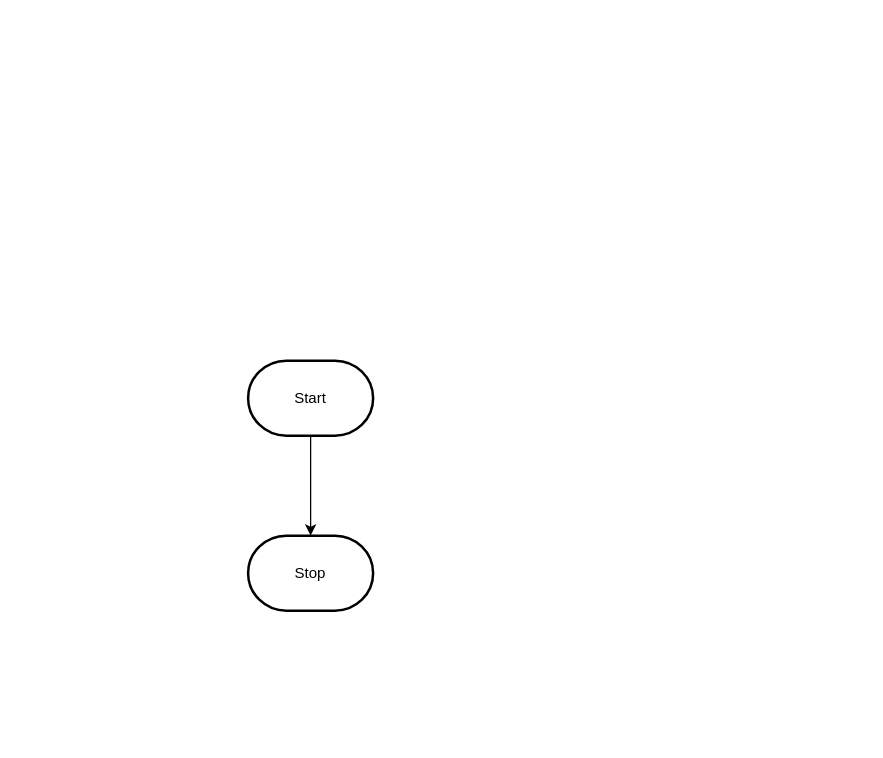
MTHS-ICS2O-2-2022/ICS2O-Unit-3-02-rachel-oromo keeps this draw.io diagram as design/flowchart.drawio. Above is the earlier version. Source tidied: cells renumbered, new cells numbered last; positions are measured from the earlier drawing's top-left corner, leaving out a move shared by most shapes. Both pictures are drawn from the tidied source at 125%, with x=0, y=0 at pixel (248, 360).
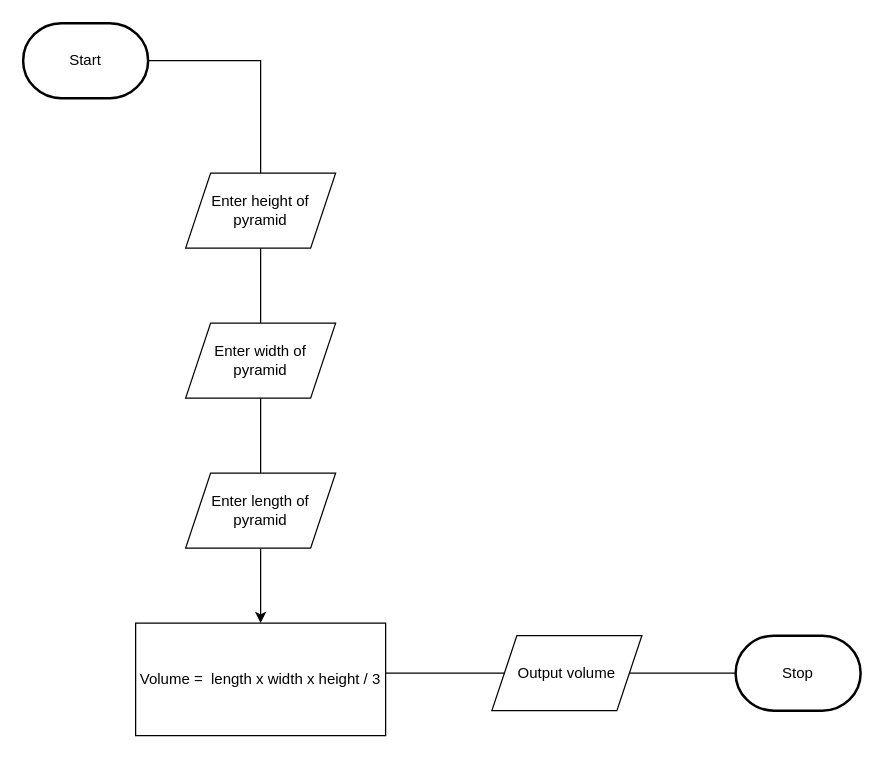
The same diagram, later.

The edit, as a diff of the source:
```diff
@@
 <mxGraphModel>
   <root>
     <mxCell id="0" />
     <mxCell id="1" parent="0" />
-    <mxCell id="2" style="edgeStyle=orthogonalEdgeStyle;html=1;rounded=0;" parent="1" edge="1" source="3" target="4">
+    <mxCell id="2" style="edgeStyle=orthogonalEdgeStyle;html=1;rounded=0;startArrow=none;entryX=0.5;entryY=0;entryDx=0;entryDy=0;entryPerimeter=0;" parent="1" edge="1" source="10" target="11">
       <mxGeometry relative="1" as="geometry" />
     </mxCell>
     <mxCell id="3" value="Start" style="strokeWidth=2;html=1;shape=mxgraph.flowchart.terminator;whiteSpace=wrap;" parent="1" vertex="1">
-      <mxGeometry width="100" height="60" as="geometry" />
+      <mxGeometry x="-180" y="-270" width="100" height="60" as="geometry" />
     </mxCell>
+    <mxCell id="5" style="edgeStyle=none;orthogonalLoop=1;jettySize=auto;html=1;exitX=1;exitY=0.5;exitDx=0;exitDy=0;exitPerimeter=0;" parent="1" edge="1">
+      <mxGeometry relative="1" as="geometry">
+        <mxPoint x="110" y="250" as="sourcePoint" />
+        <mxPoint x="400" y="250" as="targetPoint" />
+      </mxGeometry>
+    </mxCell>
+    <mxCell id="6" style="edgeStyle=orthogonalEdgeStyle;html=1;rounded=0;entryX=0.5;entryY=0;entryDx=0;entryDy=0;entryPerimeter=0;endArrow=none;" parent="1" edge="1" source="3" target="7">
+      <mxGeometry relative="1" as="geometry" />
+    </mxCell>
+    <mxCell id="7" value="Enter width of pyramid" style="shape=parallelogram;perimeter=parallelogramPerimeter;whiteSpace=wrap;html=1;fixedSize=1;" parent="1" vertex="1">
+      <mxGeometry x="-50" y="-30" width="120" height="60" as="geometry" />
+    </mxCell>
+    <mxCell id="8" value="Enter height of pyramid" style="shape=parallelogram;perimeter=parallelogramPerimeter;whiteSpace=wrap;html=1;fixedSize=1;" parent="1" vertex="1">
+      <mxGeometry x="-50" y="-150" width="120" height="60" as="geometry" />
+    </mxCell>
+    <mxCell id="9" style="edgeStyle=orthogonalEdgeStyle;html=1;rounded=0;entryX=0.5;entryY=0;entryDx=0;entryDy=0;entryPerimeter=0;startArrow=none;endArrow=none;" parent="1" edge="1" source="7" target="10">
+      <mxGeometry relative="1" as="geometry" />
+    </mxCell>
+    <mxCell id="10" value="Enter length of pyramid" style="shape=parallelogram;perimeter=parallelogramPerimeter;whiteSpace=wrap;html=1;fixedSize=1;" parent="1" vertex="1">
+      <mxGeometry x="-50" y="90" width="120" height="60" as="geometry" />
+    </mxCell>
+    <mxCell id="11" value="Volume =&amp;nbsp; length x width x height / 3" style="whiteSpace=wrap;html=1;" parent="1" vertex="1">
+      <mxGeometry x="-90" y="210" width="200" height="90" as="geometry" />
+    </mxCell>
+    <mxCell id="12" value="Output volume" style="shape=parallelogram;perimeter=parallelogramPerimeter;whiteSpace=wrap;html=1;fixedSize=1;" parent="1" vertex="1">
+      <mxGeometry x="195" y="220" width="120" height="60" as="geometry" />
+    </mxCell>
     <mxCell id="4" value="Stop" style="strokeWidth=2;html=1;shape=mxgraph.flowchart.terminator;whiteSpace=wrap;" parent="1" vertex="1">
-      <mxGeometry y="140" width="100" height="60" as="geometry" />
+      <mxGeometry x="390" y="220" width="100" height="60" as="geometry" />
     </mxCell>
   </root>
 </mxGraphModel>
```
